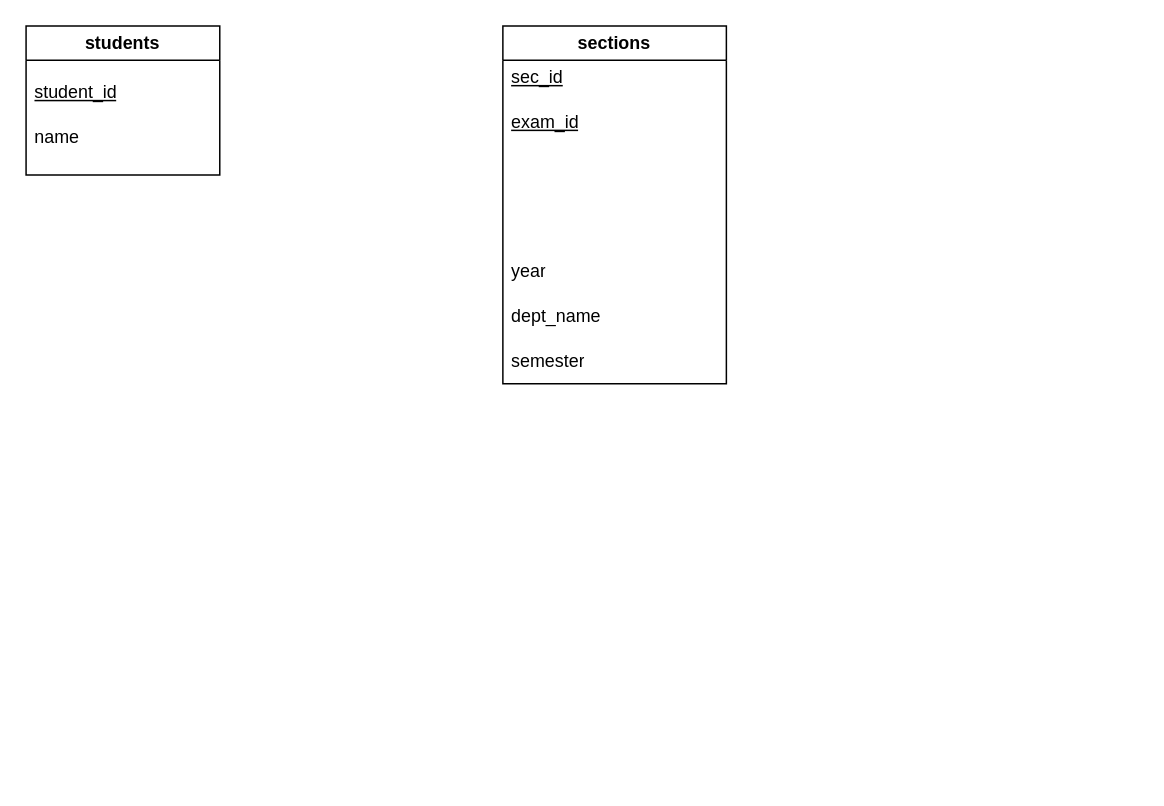
Before: 6-2.drawio in Promptamir/ER-short-notes, a draw.io diagram. Source tidied: cells renumbered, new cells numbered last; positions are measured from the earlier drawing's top-left corner, leaving out a move shared by most shapes. Both pictures are drawn from the tidied source at 149%, with x=0, y=0 at pixel (25, 25).
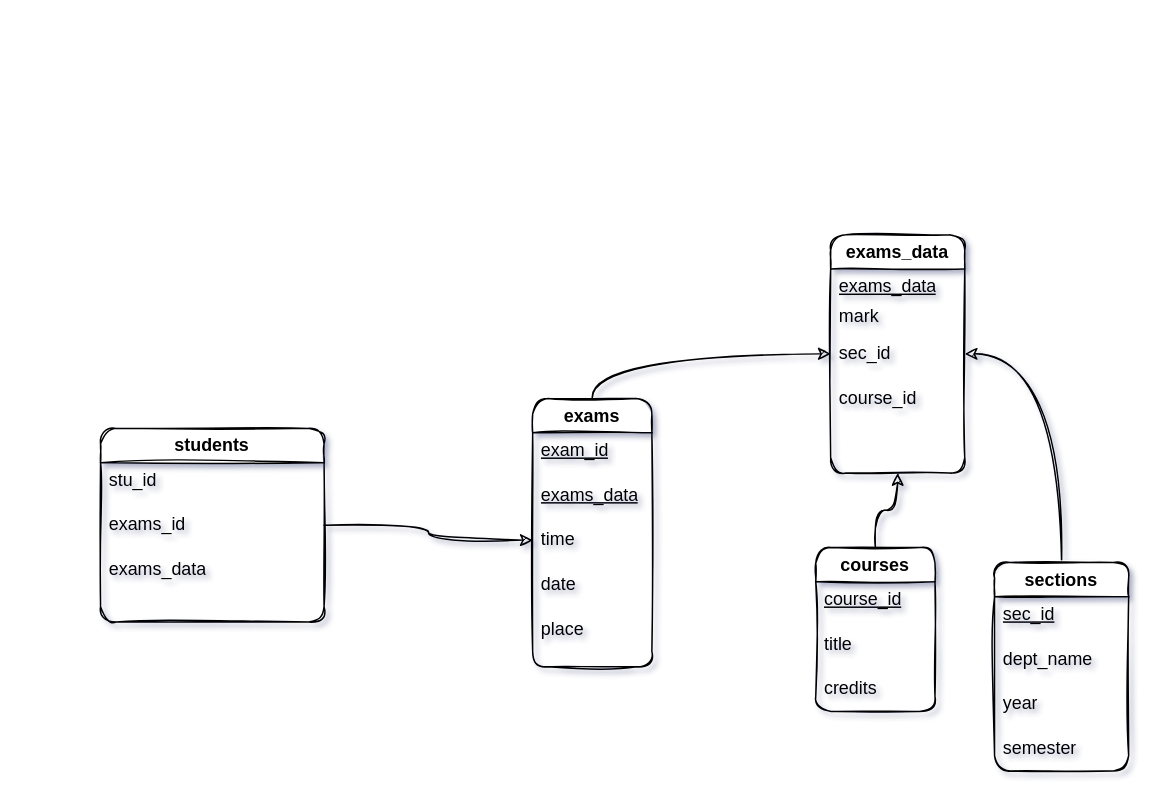
After the change.

The edit, as a diff of the source:
```diff
@@
-<mxGraphModel>
+<mxGraphModel shadow="1">
@@
+    <mxCell id="11" style="edgeStyle=orthogonalEdgeStyle;rounded=1;jettySize=auto;html=1;exitX=1;exitY=0.5;exitDx=0;exitDy=0;entryX=0;entryY=0.5;entryDx=0;entryDy=0;curved=1;sketch=1;" parent="1" edge="1" source="2" target="21">
+      <mxGeometry relative="1" as="geometry" />
+    </mxCell>
-    <mxCell id="2" value="students" style="swimlane;whiteSpace=wrap;html=1;" parent="1" vertex="1">
-      <mxGeometry width="130" height="100" as="geometry" />
+    <mxCell id="2" value="students" style="swimlane;whiteSpace=wrap;html=1;rounded=1;sketch=1;" parent="1" vertex="1">
+      <mxGeometry x="50" y="270" width="150" height="130" as="geometry" />
     </mxCell>
-    <mxCell id="3" value="&lt;u&gt;student_id&lt;/u&gt;" style="text;strokeColor=none;fillColor=none;align=left;verticalAlign=middle;spacingLeft=4;spacingRight=4;overflow=hidden;whiteSpace=wrap;html=1;" parent="2" vertex="1">
-      <mxGeometry y="30" width="140" height="30" as="geometry" />
-    </mxCell>
-    <mxCell id="4" value="name" style="text;strokeColor=none;fillColor=none;align=left;verticalAlign=middle;spacingLeft=4;spacingRight=4;overflow=hidden;whiteSpace=wrap;html=1;" parent="2" vertex="1">
-      <mxGeometry y="60" width="140" height="30" as="geometry" />
-    </mxCell>
+    <mxCell id="12" value="stu_id" style="text;align=left;verticalAlign=middle;spacingLeft=4;spacingRight=4;overflow=hidden;whiteSpace=wrap;html=1;rounded=1;sketch=1;" parent="2" vertex="1">
+      <mxGeometry y="20" width="80" height="30" as="geometry" />
+    </mxCell>
+    <mxCell id="13" value="exams_id" style="text;align=left;verticalAlign=middle;spacingLeft=4;spacingRight=4;overflow=hidden;whiteSpace=wrap;html=1;rounded=1;sketch=1;" parent="2" vertex="1">
+      <mxGeometry y="50" width="80" height="30" as="geometry" />
+    </mxCell>
+    <mxCell id="14" value="exams_data" style="text;align=left;verticalAlign=middle;spacingLeft=4;spacingRight=4;overflow=hidden;whiteSpace=wrap;html=1;rounded=1;sketch=1;" parent="2" vertex="1">
+      <mxGeometry y="80" width="80" height="30" as="geometry" />
+    </mxCell>
+    <mxCell id="15" style="edgeStyle=orthogonalEdgeStyle;rounded=1;jettySize=auto;html=1;exitX=0.5;exitY=0;exitDx=0;exitDy=0;entryX=1;entryY=0.5;entryDx=0;entryDy=0;curved=1;sketch=1;" parent="1" edge="1" source="5" target="28">
+      <mxGeometry relative="1" as="geometry" />
+    </mxCell>
-    <mxCell id="5" value="sections" style="swimlane;whiteSpace=wrap;html=1;startSize=23;" parent="1" vertex="1">
-      <mxGeometry x="320" width="150" height="240" as="geometry" />
+    <mxCell id="5" value="sections" style="swimlane;whiteSpace=wrap;html=1;rounded=1;sketch=1;" parent="1" vertex="1">
+      <mxGeometry x="650" y="360" width="90" height="140" as="geometry" />
     </mxCell>
-    <mxCell id="6" value="&lt;u&gt;sec_id&lt;/u&gt;" style="text;strokeColor=none;fillColor=none;align=left;verticalAlign=middle;spacingLeft=4;spacingRight=4;overflow=hidden;whiteSpace=wrap;html=1;" parent="5" vertex="1">
-      <mxGeometry y="20" width="140" height="30" as="geometry" />
-    </mxCell>
-    <mxCell id="7" value="semester" style="text;strokeColor=none;fillColor=none;align=left;verticalAlign=middle;spacingLeft=4;spacingRight=4;overflow=hidden;whiteSpace=wrap;html=1;" parent="5" vertex="1">
-      <mxGeometry y="210" width="140" height="30" as="geometry" />
-    </mxCell>
-    <mxCell id="8" value="dept_name" style="text;strokeColor=none;fillColor=none;align=left;verticalAlign=middle;spacingLeft=4;spacingRight=4;overflow=hidden;whiteSpace=wrap;html=1;" parent="5" vertex="1">
-      <mxGeometry y="180" width="140" height="30" as="geometry" />
+    <mxCell id="8" value="dept_name" style="text;align=left;verticalAlign=middle;spacingLeft=4;spacingRight=4;overflow=hidden;whiteSpace=wrap;html=1;rounded=1;sketch=1;" parent="5" vertex="1">
+      <mxGeometry y="50" width="80" height="30" as="geometry" />
     </mxCell>
-    <mxCell id="9" value="&lt;div&gt;year&lt;br&gt;&lt;/div&gt;" style="text;strokeColor=none;fillColor=none;align=left;verticalAlign=middle;spacingLeft=4;spacingRight=4;overflow=hidden;whiteSpace=wrap;html=1;" parent="5" vertex="1">
-      <mxGeometry y="150" width="140" height="30" as="geometry" />
+    <mxCell id="9" value="year" style="text;align=left;verticalAlign=middle;spacingLeft=4;spacingRight=4;overflow=hidden;whiteSpace=wrap;html=1;rounded=1;sketch=1;" parent="5" vertex="1">
+      <mxGeometry y="80" width="80" height="30" as="geometry" />
     </mxCell>
+    <mxCell id="16" value="&lt;u&gt;sec_id&lt;/u&gt;" style="text;align=left;verticalAlign=middle;spacingLeft=4;spacingRight=4;overflow=hidden;whiteSpace=wrap;html=1;rounded=1;sketch=1;" parent="5" vertex="1">
+      <mxGeometry y="20" width="80" height="30" as="geometry" />
+    </mxCell>
+    <mxCell id="7" value="semester" style="text;align=left;verticalAlign=middle;spacingLeft=4;spacingRight=4;overflow=hidden;whiteSpace=wrap;html=1;rounded=1;sketch=1;" parent="5" vertex="1">
+      <mxGeometry y="110" width="80" height="30" as="geometry" />
+    </mxCell>
+    <mxCell id="17" style="edgeStyle=orthogonalEdgeStyle;rounded=1;jettySize=auto;html=1;exitX=0.5;exitY=0;exitDx=0;exitDy=0;entryX=0;entryY=0.5;entryDx=0;entryDy=0;curved=1;sketch=1;" parent="1" edge="1" source="18" target="29">
+      <mxGeometry relative="1" as="geometry" />
+    </mxCell>
+    <mxCell id="18" value="exams" style="swimlane;whiteSpace=wrap;html=1;rounded=1;sketch=1;" parent="1" vertex="1">
+      <mxGeometry x="340" y="250" width="80" height="180" as="geometry" />
+    </mxCell>
+    <mxCell id="19" value="date" style="text;align=left;verticalAlign=middle;spacingLeft=4;spacingRight=4;overflow=hidden;whiteSpace=wrap;html=1;rounded=1;sketch=1;" parent="18" vertex="1">
+      <mxGeometry y="110" width="80" height="30" as="geometry" />
+    </mxCell>
+    <mxCell id="20" value="place" style="text;align=left;verticalAlign=middle;spacingLeft=4;spacingRight=4;overflow=hidden;whiteSpace=wrap;html=1;rounded=1;sketch=1;" parent="18" vertex="1">
+      <mxGeometry y="140" width="80" height="30" as="geometry" />
+    </mxCell>
+    <mxCell id="21" value="time" style="text;align=left;verticalAlign=middle;spacingLeft=4;spacingRight=4;overflow=hidden;points=[[0,0.5],[1,0.5]];portConstraint=eastwest;whiteSpace=wrap;html=1;rounded=1;sketch=1;" parent="18" vertex="1">
+      <mxGeometry y="80" width="80" height="30" as="geometry" />
+    </mxCell>
-    <mxCell id="10" value="&lt;u&gt;exam_id&lt;/u&gt;" style="text;strokeColor=none;fillColor=none;align=left;verticalAlign=middle;spacingLeft=4;spacingRight=4;overflow=hidden;whiteSpace=wrap;html=1;" parent="5" vertex="1">
-      <mxGeometry y="50" width="140" height="30" as="geometry" />
+    <mxCell id="10" value="&lt;u&gt;exam_id&lt;/u&gt;" style="text;align=left;verticalAlign=middle;spacingLeft=4;spacingRight=4;overflow=hidden;whiteSpace=wrap;html=1;rounded=1;sketch=1;" parent="18" vertex="1">
+      <mxGeometry y="20" width="80" height="30" as="geometry" />
     </mxCell>
+    <mxCell id="22" value="&lt;u&gt;exams_data&lt;/u&gt;" style="text;align=left;verticalAlign=middle;spacingLeft=4;spacingRight=4;overflow=hidden;whiteSpace=wrap;html=1;rounded=1;sketch=1;" parent="18" vertex="1">
+      <mxGeometry y="50" width="80" height="30" as="geometry" />
+    </mxCell>
+    <mxCell id="23" style="edgeStyle=orthogonalEdgeStyle;rounded=1;jettySize=auto;html=1;exitX=0.5;exitY=0;exitDx=0;exitDy=0;entryX=0.5;entryY=1;entryDx=0;entryDy=0;curved=1;sketch=1;" parent="1" edge="1" source="24" target="28">
+      <mxGeometry relative="1" as="geometry" />
+    </mxCell>
+    <mxCell id="24" value="courses" style="swimlane;whiteSpace=wrap;html=1;startSize=23;rounded=1;sketch=1;" parent="1" vertex="1">
+      <mxGeometry x="530" y="350" width="80" height="110" as="geometry" />
+    </mxCell>
+    <mxCell id="25" value="title" style="text;align=left;verticalAlign=middle;spacingLeft=4;spacingRight=4;overflow=hidden;whiteSpace=wrap;html=1;rounded=1;sketch=1;" parent="24" vertex="1">
+      <mxGeometry y="50" width="80" height="30" as="geometry" />
+    </mxCell>
+    <mxCell id="26" value="credits" style="text;align=left;verticalAlign=middle;spacingLeft=4;spacingRight=4;overflow=hidden;whiteSpace=wrap;html=1;rounded=1;sketch=1;" parent="24" vertex="1">
+      <mxGeometry y="80" width="80" height="30" as="geometry" />
+    </mxCell>
+    <mxCell id="27" value="&lt;u&gt;course_id&lt;/u&gt;" style="text;align=left;verticalAlign=middle;spacingLeft=4;spacingRight=4;overflow=hidden;whiteSpace=wrap;html=1;rounded=1;sketch=1;" parent="24" vertex="1">
+      <mxGeometry y="20" width="80" height="30" as="geometry" />
+    </mxCell>
+    <mxCell id="28" value="exams_data" style="swimlane;whiteSpace=wrap;html=1;rounded=1;sketch=1;" parent="1" vertex="1">
+      <mxGeometry x="540" y="140" width="90" height="160" as="geometry" />
+    </mxCell>
+    <mxCell id="29" value="sec_id" style="text;align=left;verticalAlign=middle;spacingLeft=4;spacingRight=4;overflow=hidden;points=[[0,0.5],[1,0.5]];portConstraint=eastwest;whiteSpace=wrap;html=1;rounded=1;sketch=1;" parent="28" vertex="1">
+      <mxGeometry y="65" width="70" height="30" as="geometry" />
+    </mxCell>
+    <mxCell id="30" value="course_id" style="text;align=left;verticalAlign=middle;spacingLeft=4;spacingRight=4;overflow=hidden;whiteSpace=wrap;html=1;rounded=1;sketch=1;" parent="28" vertex="1">
+      <mxGeometry y="95" width="80" height="30" as="geometry" />
+    </mxCell>
+    <mxCell id="31" value="&lt;u&gt;exams_data&lt;/u&gt;" style="text;align=left;verticalAlign=middle;spacingLeft=4;spacingRight=4;overflow=hidden;whiteSpace=wrap;html=1;rounded=1;sketch=1;" parent="28" vertex="1">
+      <mxGeometry y="20" width="80" height="30" as="geometry" />
+    </mxCell>
+    <mxCell id="32" value="mark" style="text;align=left;verticalAlign=middle;spacingLeft=4;spacingRight=4;overflow=hidden;whiteSpace=wrap;html=1;rounded=1;sketch=1;" parent="28" vertex="1">
+      <mxGeometry y="40" width="70" height="30" as="geometry" />
+    </mxCell>
```
